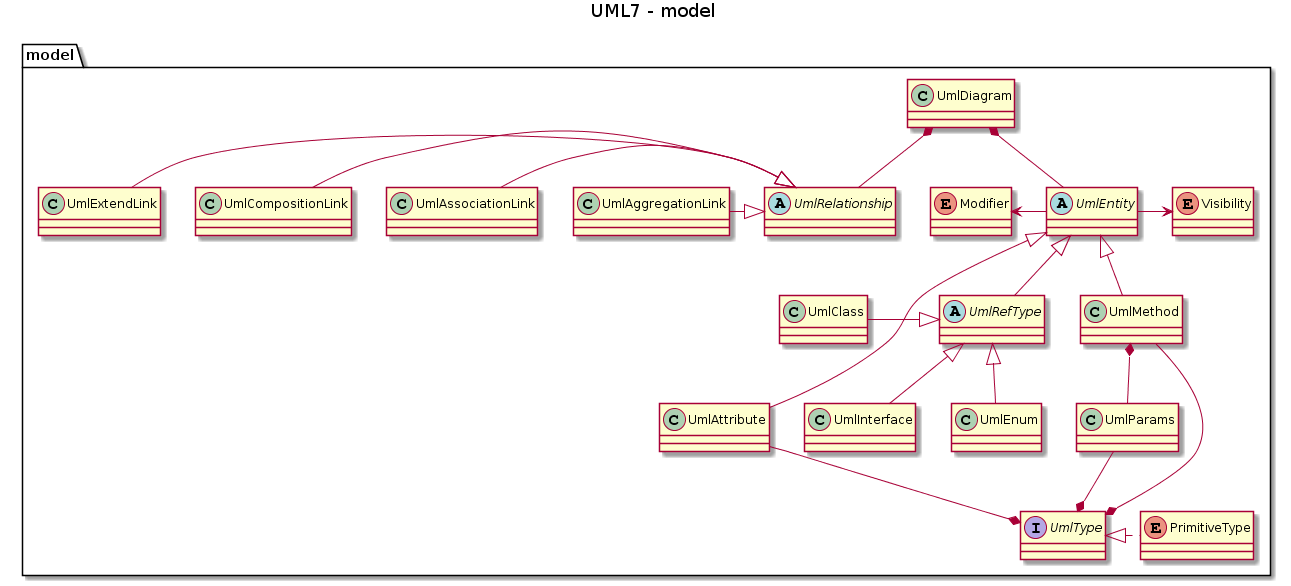
Above: doc/UML/model_naked.png in echodeltaFR/UML7 (PlantUML), before the change.
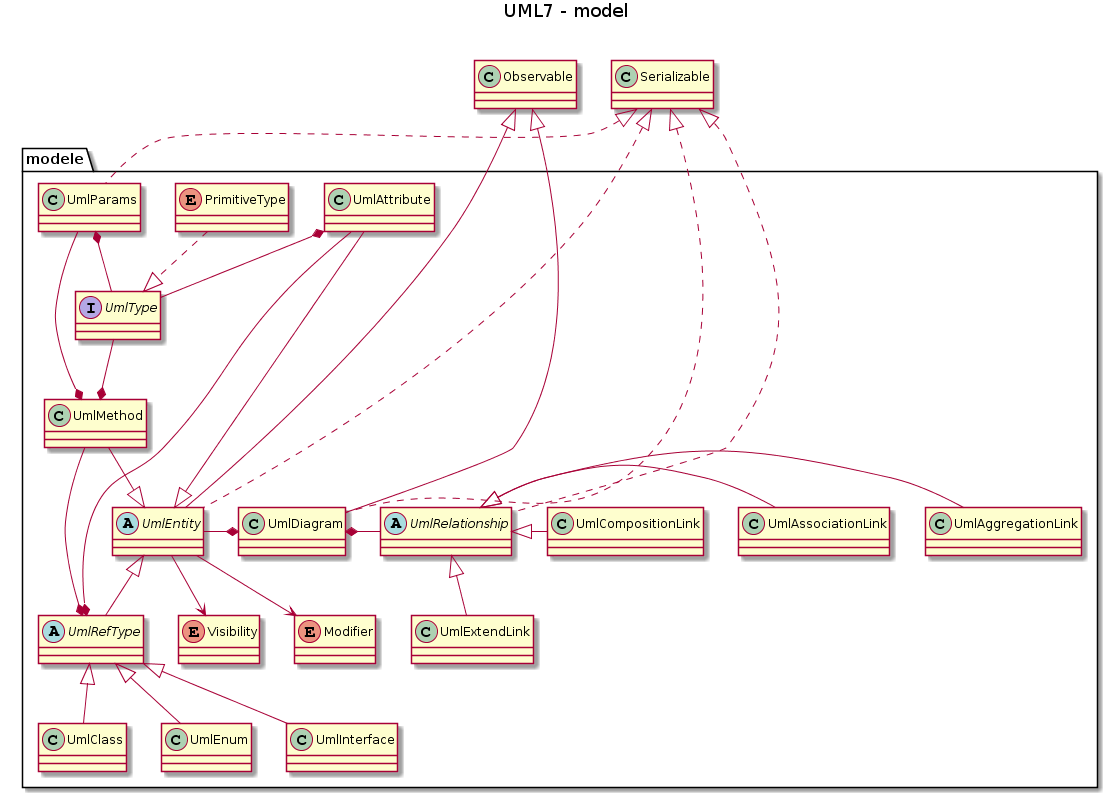
The same file after the commit.

Commit message:
MAJ Diagramme modele

The edit, as a diff of the source:
```diff
@@ -1,63 +1,58 @@
 @startuml
 title UML7 - model
 
-package model {
+together {
+class Observable
+class Serializable
+}
 
+package modele{
 enum Visibility
-
 enum Modifier
-
 class UmlDiagram
-
 interface UmlType
-
 class UmlParams
-
 enum PrimitiveType
-
-
 Abstract class UmlEntity
-
 class UmlClass
-
 class UmlMethod
-
 class UmlAttribute
-
-
 class UmlEnum
-
-class UmlInterface
-
 Abstract class UmlRefType
-
 Abstract class UmlRelationship
-
 class UmlAggregationLink
 class UmlAssociationLink
 class UmlCompositionLink
 class UmlExtendLink
 class UmlInterface
+}
 
-UmlEntity -right-> Visibility
-UmlEntity -left-> Modifier
-UmlDiagram *-- UmlEntity
-UmlDiagram *-- UmlRelationship
-UmlParams -down-* UmlMethod
-PrimitiveType .left.|> UmlType
-UmlClass -right-|> UmlRefType
-UmlMethod -up-|> UmlEntity
-UmlAttribute -up-|> UmlEntity
+UmlEntity -down-> Visibility
+UmlEntity -down-> Modifier
+UmlRefType -up-|> UmlEntity
+UmlClass -up-|> UmlRefType
 UmlEnum -up-|> UmlRefType
 UmlInterface -up-|> UmlRefType
-UmlRefType -up-|> UmlEntity
-UmlAggregationLink -right-|> UmlRelationship
-UmlAssociationLink -right-|> UmlRelationship
-UmlCompositionLink -right-|> UmlRelationship
-UmlExtendLink -right-|> UmlRelationship
-UmlAttribute -up-* UmlType
-UmlMethod --* UmlType
-UmlParams --* UmlType
+UmlDiagram *-right- UmlEntity
+UmlDiagram *-right- UmlRelationship
+UmlParams --* UmlMethod
+PrimitiveType ..|> UmlType
+UmlMethod --|> UmlEntity
+UmlMethod -up-* UmlRefType
+UmlAttribute --|> UmlEntity
+UmlAttribute -up-* UmlRefType
+UmlAggregationLink -up|> UmlRelationship
+UmlAssociationLink -up|> UmlRelationship
+UmlCompositionLink -up|> UmlRelationship
+UmlExtendLink -up-|> UmlRelationship
+UmlAttribute *-- UmlType
+UmlMethod *-up- UmlType
+UmlParams *-- UmlType
 
-}
+Observable <|-down- UmlDiagram
+Observable <|-down- UmlEntity
+Serializable <|.down. UmlDiagram
+Serializable <|.down. UmlEntity
+Serializable <|.down. UmlParams
+Serializable <|.down. UmlRelationship
 @enduml
```
